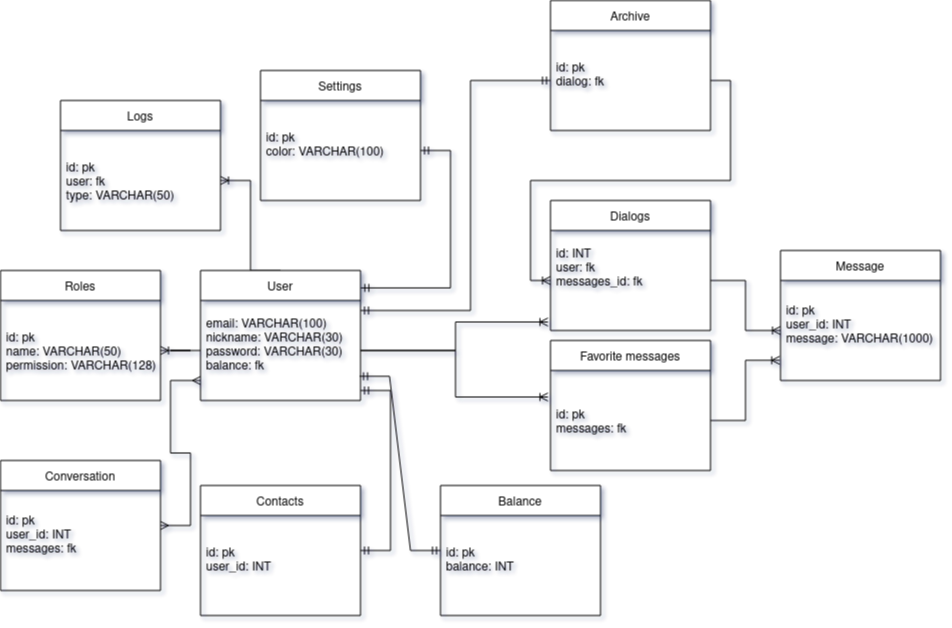
Earlier version of the draw.io export db_final_scheme.png (Arrkadique/db-Labs). Source tidied: cells renumbered, new cells last; positions are measured from the earlier drawing's top-left corner, leaving out a move shared by most shapes.
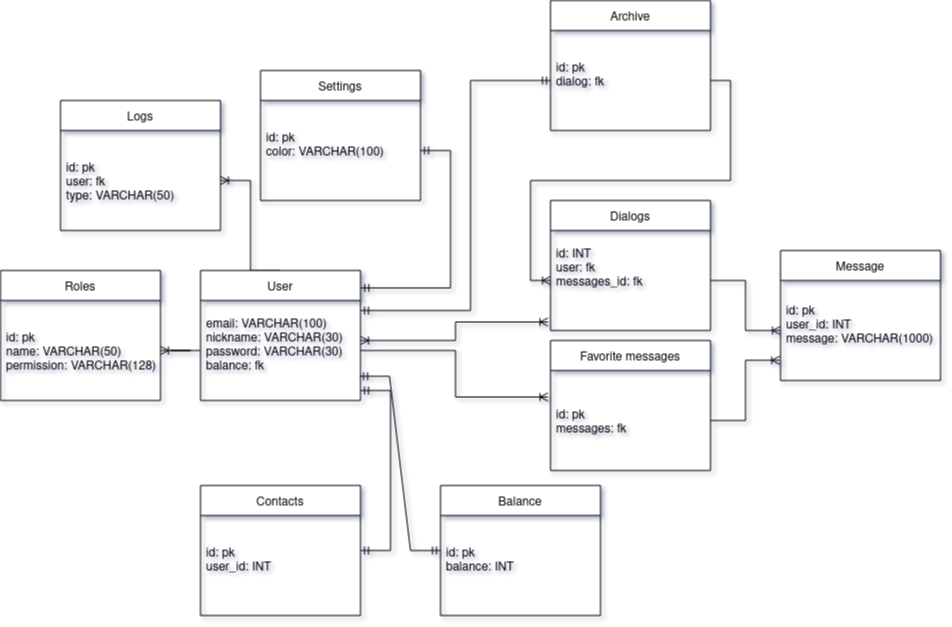
After the change.

What changed in the source:
```diff
@@ -29,17 +29,6 @@
     <mxCell id="10" value="id: pk&#10;user: fk&#10;type: VARCHAR(50)" style="text;strokeColor=none;fillColor=none;align=left;verticalAlign=middle;spacingLeft=4;spacingRight=4;overflow=hidden;points=[[0,0.5],[1,0.5]];portConstraint=eastwest;" parent="9" vertex="1">
       <mxGeometry y="30" width="160" height="100" as="geometry" />
     </mxCell>
-    <mxCell id="11" style="edgeStyle=entityRelationEdgeStyle;rounded=0;jettySize=auto;html=1;startArrow=ERmany;startFill=0;endArrow=ERmany;endFill=0;" parent="1" edge="1" source="12">
-      <mxGeometry relative="1" as="geometry">
-        <mxPoint x="200" y="380" as="targetPoint" />
-      </mxGeometry>
-    </mxCell>
-    <mxCell id="12" value="Conversation" style="swimlane;fontStyle=0;horizontal=1;startSize=30;" parent="1" vertex="1">
-      <mxGeometry y="460" width="160" height="130" as="geometry" />
-    </mxCell>
-    <mxCell id="13" value="id: pk&#10;user_id: INT&#10;messages: fk&#10;" style="text;strokeColor=none;fillColor=none;align=left;verticalAlign=middle;spacingLeft=4;spacingRight=4;overflow=hidden;" parent="12" vertex="1">
-      <mxGeometry y="30" width="160" height="100" as="geometry" />
-    </mxCell>
     <mxCell id="14" value="Settings" style="swimlane;fontStyle=0;horizontal=1;startSize=30;" parent="1" vertex="1">
       <mxGeometry x="260" y="70" width="160" height="130" as="geometry" />
     </mxCell>
@@ -105,8 +94,13 @@
     <mxCell id="33" style="edgeStyle=orthogonalEdgeStyle;rounded=0;jettySize=auto;html=1;entryX=-0.005;entryY=0.798;entryDx=0;entryDy=0;entryPerimeter=0;startArrow=none;startFill=0;endArrow=ERoneToMany;endFill=0;" parent="1" edge="1" source="28" target="30">
       <mxGeometry relative="1" as="geometry" />
     </mxCell>
-    <mxCell id="34" style="edgeStyle=orthogonalEdgeStyle;rounded=0;jettySize=auto;html=1;entryX=-0.016;entryY=0.915;entryDx=0;entryDy=0;entryPerimeter=0;startArrow=none;startFill=0;endArrow=ERoneToMany;endFill=0;" parent="1" edge="1" source="5" target="26">
-      <mxGeometry relative="1" as="geometry" />
+    <mxCell id="34" style="edgeStyle=orthogonalEdgeStyle;rounded=0;jettySize=auto;html=1;entryX=-0.016;entryY=0.915;entryDx=0;entryDy=0;entryPerimeter=0;startArrow=ERoneToMany;startFill=0;endArrow=ERoneToMany;endFill=0;" parent="1" edge="1" source="5" target="26">
+      <mxGeometry relative="1" as="geometry">
+        <Array as="points">
+          <mxPoint x="455" y="340" />
+          <mxPoint x="455" y="322" />
+        </Array>
+      </mxGeometry>
     </mxCell>
     <mxCell id="35" style="edgeStyle=orthogonalEdgeStyle;rounded=0;jettySize=auto;html=1;entryX=-0.016;entryY=0.265;entryDx=0;entryDy=0;entryPerimeter=0;startArrow=none;startFill=0;endArrow=ERoneToMany;endFill=0;" parent="1" edge="1" source="5" target="28">
       <mxGeometry relative="1" as="geometry" />
```
